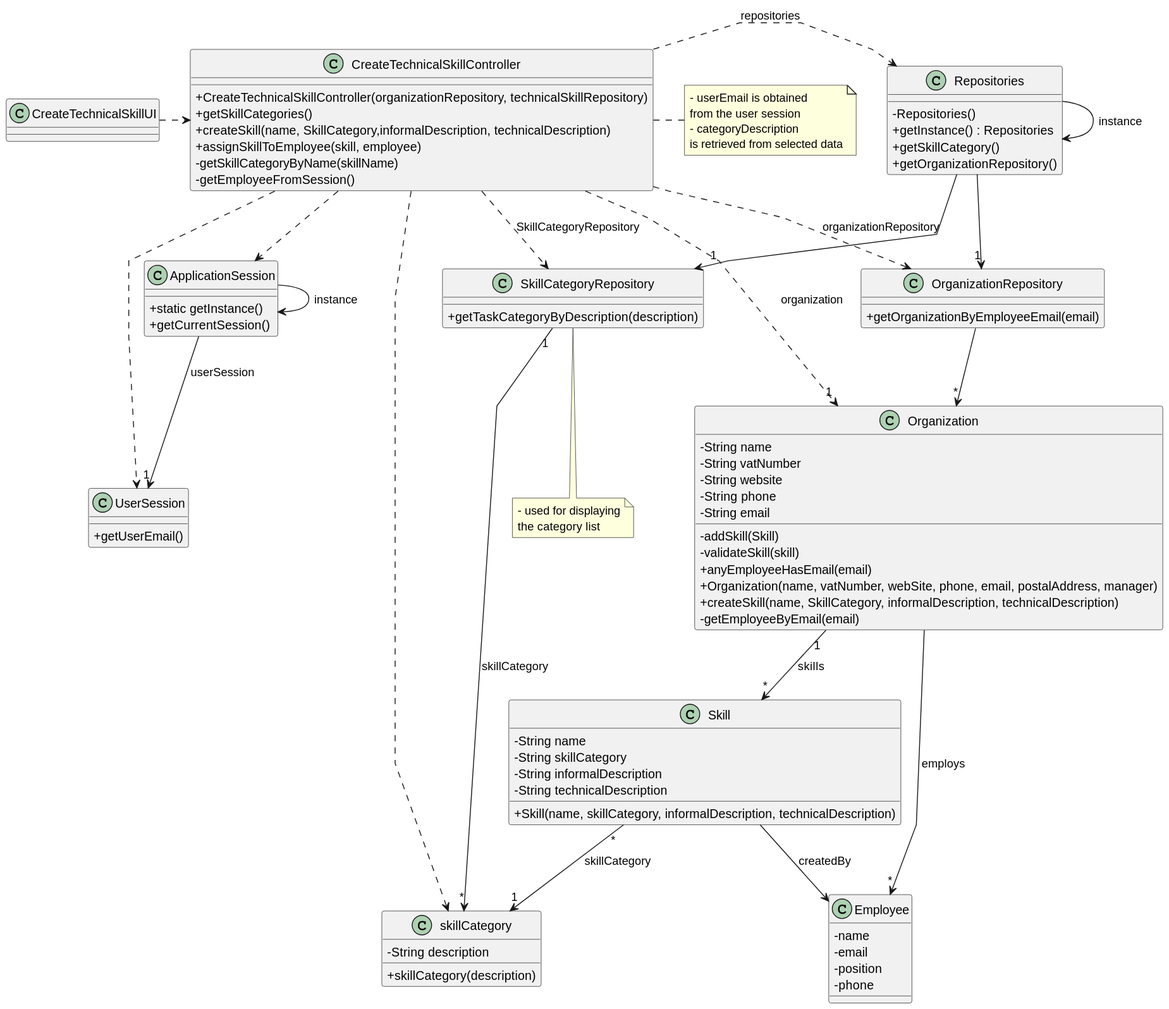
Earlier version of the PlantUML export docs/sprintB/us004/03.design/svg/us004-class-diagram.svg (RicardoMorim/lapr2-ISEP-Project). Source of this version:
```plantuml
@startuml
skinparam packageStyle rectangle
skinparam shadowing false
skinparam linetype polyline

skinparam classAttributeIconSize 0


class ApplicationSession
{
    + static getInstance()
    + getCurrentSession()
}

class UserSession
{
    + getUserEmail()
}

class Employee {
    - name
    - email
    - position
    - phone
}

class Skill {
    - String name
    - String skillCategory
    - String informalDescription
    - String technicalDescription


    + Skill(name, skillCategory, informalDescription, technicalDescription)
}

class skillCategory {
    - String description

    + skillCategory(description)
}

class Organization {
    - String name
    - String vatNumber
    - String website
    - String phone
    - String email

    - addSkill(Skill)
    - validateSkill(skill)
    + anyEmployeeHasEmail(email)
    + Organization(name, vatNumber, webSite, phone, email, postalAddress, manager)
    + createSkill(name, SkillCategory, informalDescription, technicalDescription)
    - getEmployeeByEmail(email)

}

class SkillCategoryRepository {
    + getTaskCategoryByDescription(description)
}

class OrganizationRepository {
    + getOrganizationByEmployeeEmail(email)
}

class Repositories {
    - Repositories()
    + getInstance() : Repositories
    + getSkillCategory()
    + getOrganizationRepository()
}

class CreateTechnicalSkillController {
    + CreateTechnicalSkillController(organizationRepository, technicalSkillRepository)
    + getSkillCategories()
    + createSkill(name, SkillCategory,informalDescription, technicalDescription)
    + assignSkillToEmployee(skill, employee)
    - getSkillCategoryByName(skillName)
    - getEmployeeFromSession()
}

note right of CreateTechnicalSkillController
    - userEmail is obtained
    from the user session
    - categoryDescription
    is retrieved from selected data
end note

note bottom of SkillCategoryRepository
    - used for displaying
    the category list
end note

class CreateTechnicalSkillUI {
}

Repositories -> Repositories : instance
ApplicationSession -> ApplicationSession : instance

CreateTechnicalSkillUI .> CreateTechnicalSkillController

CreateTechnicalSkillController .> Repositories : repositories

Repositories -> "1" SkillCategoryRepository

CreateTechnicalSkillController ..> skillCategory
CreateTechnicalSkillController ..> OrganizationRepository : organizationRepository
CreateTechnicalSkillController ..> SkillCategoryRepository : SkillCategoryRepository

Repositories --> "1" OrganizationRepository

OrganizationRepository --> "*" Organization
ApplicationSession --> "1" UserSession : userSession

CreateTechnicalSkillController ..> "1" Organization : organization
CreateTechnicalSkillController ..> ApplicationSession
CreateTechnicalSkillController ..> UserSession
Skill "*" --> "1" skillCategory : skillCategory
SkillCategoryRepository "1" --> "*" skillCategory : skillCategory
Organization "1" --> "*" Skill : skills
Skill --> Employee : createdBy

Organization --> "*" Employee : employs
@enduml
```
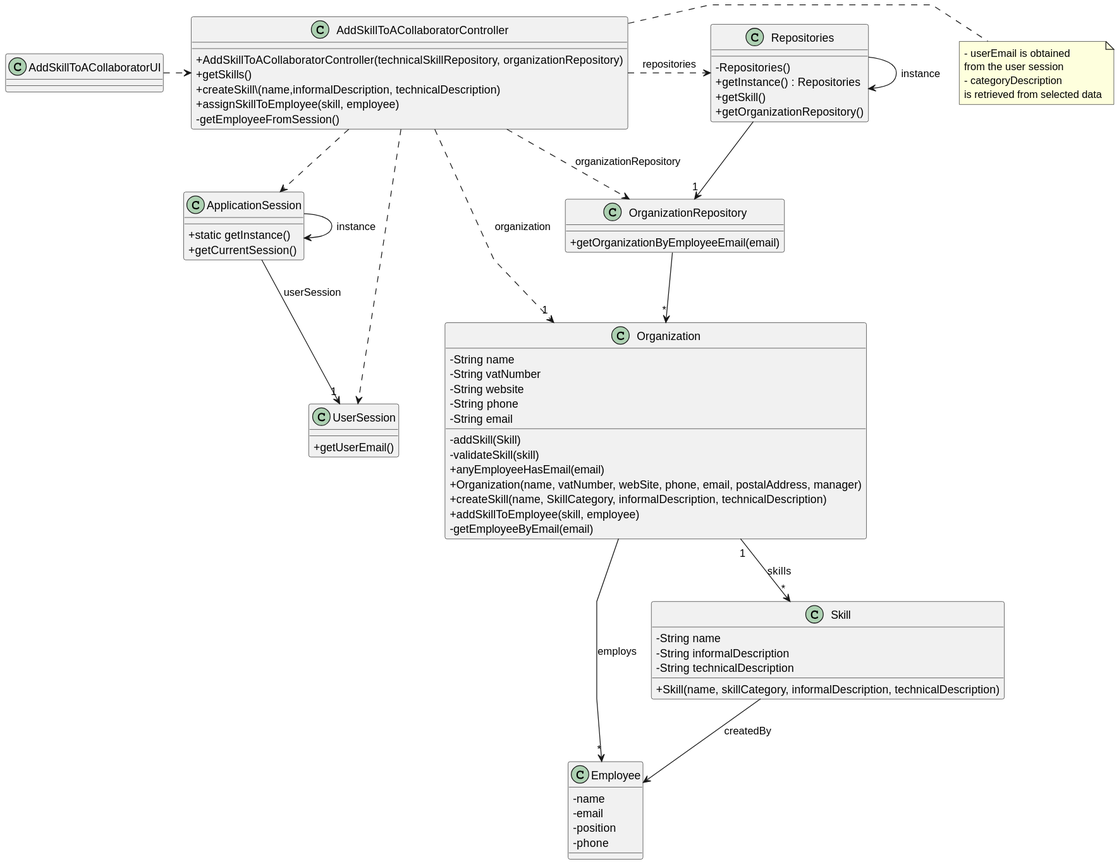
After the change.

Commit message:
uodated US04 class diagram

The edit, as a diff of the source:
```diff
@@ -26,18 +26,11 @@
 
 class Skill {
     - String name
-    - String skillCategory
     - String informalDescription
     - String technicalDescription
 
 
     + Skill(name, skillCategory, informalDescription, technicalDescription)
-}
-
-class skillCategory {
-    - String description
-
-    + skillCategory(description)
 }
 
 class Organization {
@@ -52,13 +45,11 @@
     + anyEmployeeHasEmail(email)
     + Organization(name, vatNumber, webSite, phone, email, postalAddress, manager)
     + createSkill(name, SkillCategory, informalDescription, technicalDescription)
+    + addSkillToEmployee(skill, employee)
     - getEmployeeByEmail(email)
 
 }
 
-class SkillCategoryRepository {
-    + getTaskCategoryByDescription(description)
-}
 
 class OrganizationRepository {
     + getOrganizationByEmployeeEmail(email)
@@ -67,57 +58,47 @@
 class Repositories {
     - Repositories()
     + getInstance() : Repositories
-    + getSkillCategory()
+    + getSkill()
     + getOrganizationRepository()
 }
 
-class CreateTechnicalSkillController {
-    + CreateTechnicalSkillController(organizationRepository, technicalSkillRepository)
-    + getSkillCategories()
-    + createSkill(name, SkillCategory,informalDescription, technicalDescription)
+class AddSkillToACollaboratorController {
+    + AddSkillToACollaboratorController(technicalSkillRepository, organizationRepository)
+    + getSkills()
+    + createSkill\(name,informalDescription, technicalDescription)
     + assignSkillToEmployee(skill, employee)
-    - getSkillCategoryByName(skillName)
     - getEmployeeFromSession()
 }
 
-note right of CreateTechnicalSkillController
+note right of AddSkillToACollaboratorController
     - userEmail is obtained
     from the user session
     - categoryDescription
     is retrieved from selected data
 end note
 
-note bottom of SkillCategoryRepository
-    - used for displaying
-    the category list
-end note
 
-class CreateTechnicalSkillUI {
+class AddSkillToACollaboratorUI {
 }
 
 Repositories -> Repositories : instance
 ApplicationSession -> ApplicationSession : instance
 
-CreateTechnicalSkillUI .> CreateTechnicalSkillController
+AddSkillToACollaboratorUI .> AddSkillToACollaboratorController
 
-CreateTechnicalSkillController .> Repositories : repositories
+AddSkillToACollaboratorController .> Repositories : repositories
 
-Repositories -> "1" SkillCategoryRepository
 
-CreateTechnicalSkillController ..> skillCategory
-CreateTechnicalSkillController ..> OrganizationRepository : organizationRepository
-CreateTechnicalSkillController ..> SkillCategoryRepository : SkillCategoryRepository
+AddSkillToACollaboratorController ..> OrganizationRepository : organizationRepository
 
 Repositories --> "1" OrganizationRepository
 
 OrganizationRepository --> "*" Organization
 ApplicationSession --> "1" UserSession : userSession
 
-CreateTechnicalSkillController ..> "1" Organization : organization
-CreateTechnicalSkillController ..> ApplicationSession
-CreateTechnicalSkillController ..> UserSession
-Skill "*" --> "1" skillCategory : skillCategory
-SkillCategoryRepository "1" --> "*" skillCategory : skillCategory
+AddSkillToACollaboratorController ..> "1" Organization : organization
+AddSkillToACollaboratorController ..> ApplicationSession
+AddSkillToACollaboratorController ..> UserSession
 Organization "1" --> "*" Skill : skills
 Skill --> Employee : createdBy
 
```
